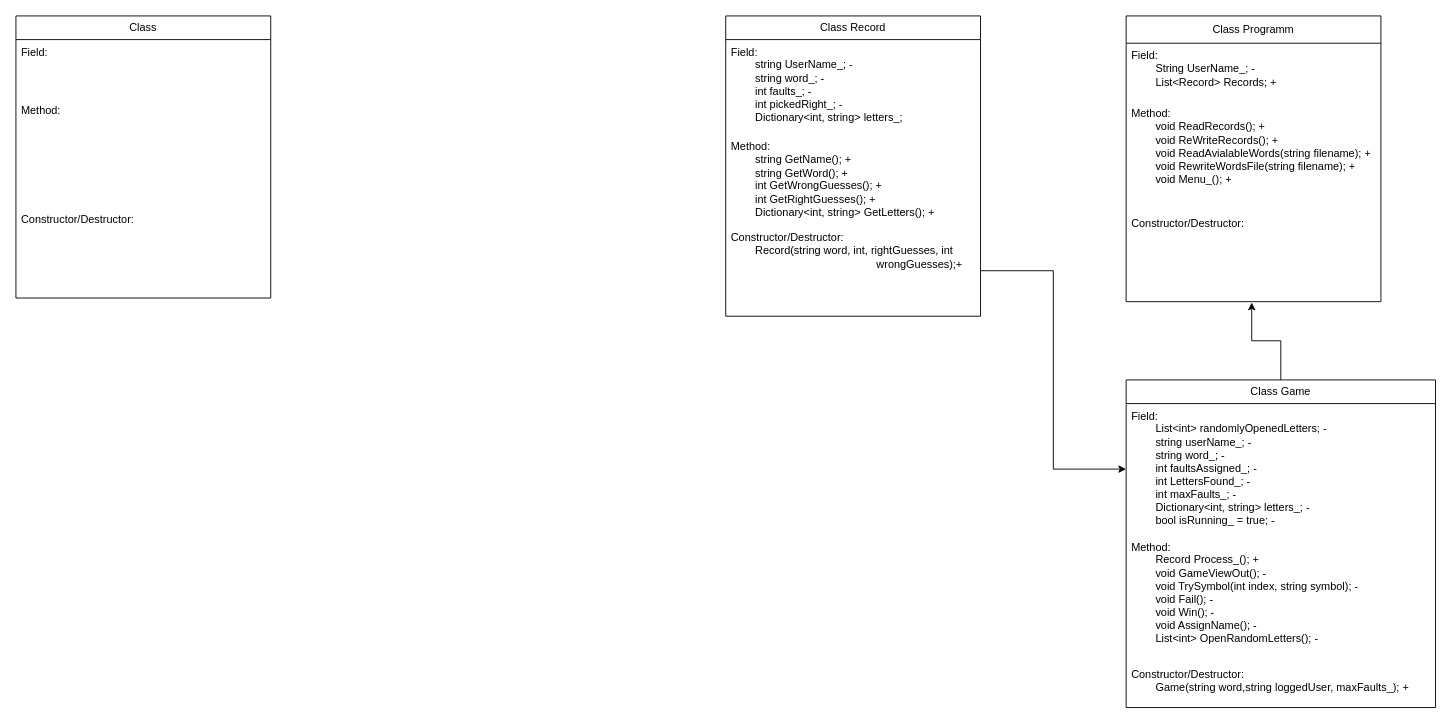
The draw.io diagram Hanged Man UML.drawio in RiftSquadronFounder/Hanged-Man, before the edit. Source tidied: cells renumbered, new cells numbered last; positions are measured from the earlier drawing's top-left corner, leaving out a move shared by most shapes. Both pictures are drawn from the tidied source at 91%, with x=0, y=0 at pixel (15, 15).
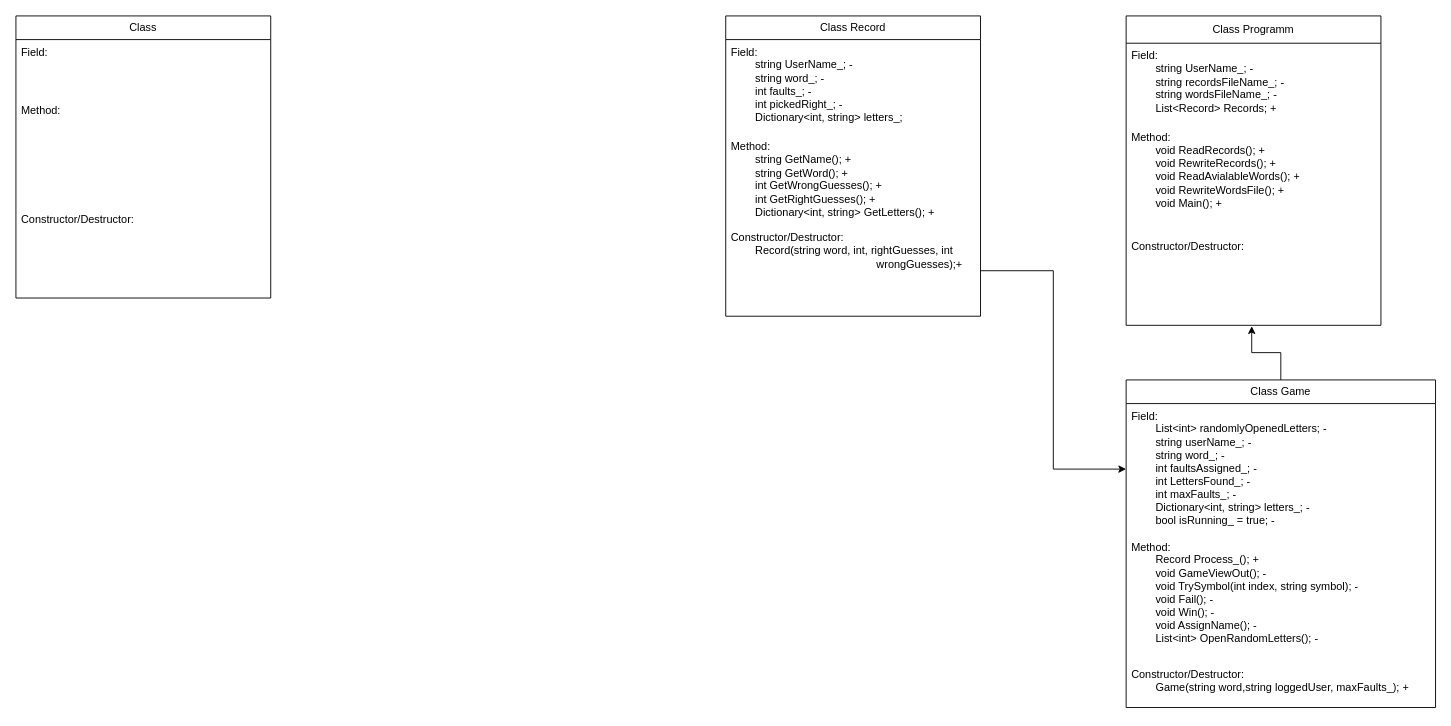
Above is the later version.

The edit, as a diff of the source:
```diff
@@
 <mxGraphModel>
   <root>
     <mxCell id="0" />
     <mxCell id="1" parent="0" />
     <mxCell id="2" value="Class" style="swimlane;fontStyle=0;horizontal=1;startSize=26;fillColor=none;whiteSpace=wrap;html=1;" parent="1" vertex="1">
       <mxGeometry width="280" height="310" as="geometry" />
     </mxCell>
     <mxCell id="3" value="Field:&amp;nbsp;" style="text;strokeColor=none;fillColor=none;align=left;verticalAlign=top;spacingLeft=4;spacingRight=4;overflow=hidden;whiteSpace=wrap;html=1;" parent="2" vertex="1">
       <mxGeometry y="26" width="280" height="64" as="geometry" />
     </mxCell>
     <mxCell id="4" value="Method:" style="text;strokeColor=none;fillColor=none;align=left;verticalAlign=top;spacingLeft=4;spacingRight=4;overflow=hidden;whiteSpace=wrap;html=1;" parent="2" vertex="1">
       <mxGeometry y="90" width="280" height="120" as="geometry" />
     </mxCell>
     <mxCell id="5" value="Constructor/Destructor:" style="text;strokeColor=none;fillColor=none;align=left;verticalAlign=top;spacingLeft=4;spacingRight=4;overflow=hidden;whiteSpace=wrap;html=1;" parent="2" vertex="1">
       <mxGeometry y="210" width="280" height="100" as="geometry" />
     </mxCell>
     <mxCell id="6" value="Class Programm" style="swimlane;fontStyle=0;horizontal=1;startSize=30;fillColor=none;whiteSpace=wrap;html=1;" parent="1" vertex="1">
-      <mxGeometry x="1220" width="280" height="314" as="geometry" />
+      <mxGeometry x="1220" width="280" height="340" as="geometry" />
     </mxCell>
-    <mxCell id="7" value="Field:&amp;nbsp;&lt;div&gt;&lt;span style=&quot;white-space: pre;&quot;&gt;&#9;&lt;/span&gt;String UserName_; -&lt;br&gt;&lt;/div&gt;&lt;div&gt;&lt;span style=&quot;white-space: pre;&quot;&gt;&#9;&lt;/span&gt;List&amp;lt;Record&amp;gt; Records; +&lt;br&gt;&lt;/div&gt;" style="text;strokeColor=none;fillColor=none;align=left;verticalAlign=top;spacingLeft=4;spacingRight=4;overflow=hidden;whiteSpace=wrap;html=1;" parent="6" vertex="1">
-      <mxGeometry y="30" width="280" height="64" as="geometry" />
+    <mxCell id="7" value="Field:&amp;nbsp;&lt;div&gt;&lt;span style=&quot;white-space: pre;&quot;&gt;&#9;&lt;/span&gt;string UserName_; -&lt;br&gt;&lt;/div&gt;&lt;div&gt;&lt;span style=&quot;white-space: pre;&quot;&gt;&#9;&lt;/span&gt;string recordsFileName_; -&lt;/div&gt;&lt;div&gt;&lt;span style=&quot;white-space: pre;&quot;&gt;&#9;&lt;/span&gt;string wordsFileName_; -&lt;br&gt;&lt;/div&gt;&lt;div&gt;&lt;span style=&quot;white-space: pre;&quot;&gt;&#9;&lt;/span&gt;List&amp;lt;Record&amp;gt; Records; +&lt;br&gt;&lt;/div&gt;&lt;div&gt;&lt;span style=&quot;white-space: pre;&quot;&gt;&#9;&lt;/span&gt;&lt;br&gt;&lt;/div&gt;" style="text;strokeColor=none;fillColor=none;align=left;verticalAlign=top;spacingLeft=4;spacingRight=4;overflow=hidden;whiteSpace=wrap;html=1;" parent="6" vertex="1">
+      <mxGeometry y="30" width="280" height="90" as="geometry" />
     </mxCell>
-    <mxCell id="8" value="Method:&lt;div&gt;&lt;div&gt;&lt;div&gt;&lt;span style=&quot;white-space: pre;&quot;&gt;&#9;&lt;/span&gt;&lt;span style=&quot;background-color: transparent; color: light-dark(rgb(0, 0, 0), rgb(255, 255, 255));&quot;&gt;void ReadRecords(); +&lt;/span&gt;&lt;br&gt;&lt;/div&gt;&lt;div&gt;&lt;span style=&quot;white-space: pre;&quot;&gt;&#9;&lt;/span&gt;void ReWriteRecords(); +&lt;br&gt;&lt;div&gt;&lt;span style=&quot;white-space: pre;&quot;&gt;&#9;&lt;/span&gt;void ReadAvialableWords(string filename); +&lt;br&gt;&lt;/div&gt;&lt;div&gt;&lt;span style=&quot;white-space: pre;&quot;&gt;&#9;&lt;/span&gt;void RewriteWordsFile(string filename); +&lt;/div&gt;&lt;/div&gt;&lt;/div&gt;&lt;div&gt;&lt;span style=&quot;white-space: pre;&quot;&gt;&#9;&lt;/span&gt;void Menu_(); +&lt;br&gt;&lt;/div&gt;&lt;/div&gt;" style="text;strokeColor=none;fillColor=none;align=left;verticalAlign=top;spacingLeft=4;spacingRight=4;overflow=hidden;whiteSpace=wrap;html=1;" parent="6" vertex="1">
-      <mxGeometry y="94" width="280" height="120" as="geometry" />
+    <mxCell id="8" value="Method:&lt;div&gt;&lt;div&gt;&lt;div&gt;&lt;span style=&quot;white-space: pre;&quot;&gt;&#9;&lt;/span&gt;&lt;span style=&quot;background-color: transparent; color: light-dark(rgb(0, 0, 0), rgb(255, 255, 255));&quot;&gt;void ReadRecords(); +&lt;/span&gt;&lt;br&gt;&lt;/div&gt;&lt;div&gt;&lt;span style=&quot;white-space: pre;&quot;&gt;&#9;&lt;/span&gt;void RewriteRecords(); +&lt;br&gt;&lt;div&gt;&lt;span style=&quot;white-space: pre;&quot;&gt;&#9;&lt;/span&gt;void ReadAvialableWords(); +&lt;br&gt;&lt;/div&gt;&lt;div&gt;&lt;span style=&quot;white-space: pre;&quot;&gt;&#9;&lt;/span&gt;void RewriteWordsFile(); +&lt;/div&gt;&lt;/div&gt;&lt;/div&gt;&lt;div&gt;&lt;span style=&quot;white-space: pre;&quot;&gt;&#9;&lt;/span&gt;void Main(); +&lt;br&gt;&lt;/div&gt;&lt;/div&gt;" style="text;strokeColor=none;fillColor=none;align=left;verticalAlign=top;spacingLeft=4;spacingRight=4;overflow=hidden;whiteSpace=wrap;html=1;" parent="6" vertex="1">
+      <mxGeometry y="120" width="280" height="120" as="geometry" />
     </mxCell>
     <mxCell id="9" value="Constructor/Destructor:" style="text;strokeColor=none;fillColor=none;align=left;verticalAlign=top;spacingLeft=4;spacingRight=4;overflow=hidden;points=[[0,0.5],[1,0.5]];portConstraint=eastwest;whiteSpace=wrap;html=1;" parent="6" vertex="1">
-      <mxGeometry y="214" width="280" height="100" as="geometry" />
+      <mxGeometry y="240" width="280" height="100" as="geometry" />
     </mxCell>
     <mxCell id="10" value="Class Game" style="swimlane;fontStyle=0;horizontal=1;startSize=26;fillColor=none;whiteSpace=wrap;html=1;" parent="1" vertex="1">
       <mxGeometry x="1220" y="400" width="340" height="360" as="geometry" />
     </mxCell>
     <mxCell id="11" value="Field:&lt;div&gt;&lt;span style=&quot;white-space: pre;&quot;&gt;&#9;&lt;/span&gt;List&amp;lt;int&amp;gt; randomlyOpenedLetters; -&lt;br&gt;&lt;div&gt;&lt;span style=&quot;white-space: pre;&quot;&gt;&#9;&lt;/span&gt;string userName_; -&amp;nbsp;&lt;div&gt;&lt;span style=&quot;white-space: pre;&quot;&gt;&#9;&lt;/span&gt;string word_; -&lt;br&gt;&lt;/div&gt;&lt;div&gt;&lt;span style=&quot;white-space: pre;&quot;&gt;&#9;&lt;/span&gt;int faultsAssigned_; -&lt;br&gt;&lt;/div&gt;&lt;div&gt;&lt;span style=&quot;white-space: pre;&quot;&gt;&#9;&lt;/span&gt;int LettersFound_; -&lt;br&gt;&lt;/div&gt;&lt;div&gt;&lt;span style=&quot;white-space: pre;&quot;&gt;&#9;&lt;/span&gt;int maxFaults_; -&lt;/div&gt;&lt;/div&gt;&lt;div&gt;&lt;span style=&quot;white-space: pre;&quot;&gt;&#9;&lt;/span&gt;&lt;span style=&quot;background-color: transparent; color: light-dark(rgb(0, 0, 0), rgb(255, 255, 255));&quot;&gt;Dictionary&amp;lt;int, string&amp;gt; letters_; -&lt;/span&gt;&lt;br&gt;&lt;/div&gt;&lt;/div&gt;&lt;div&gt;&lt;span style=&quot;background-color: transparent; color: light-dark(rgb(0, 0, 0), rgb(255, 255, 255));&quot;&gt;&lt;span style=&quot;white-space: pre;&quot;&gt;&#9;&lt;/span&gt;bool isRunning_ = true; -&lt;br&gt;&lt;/span&gt;&lt;/div&gt;" style="text;strokeColor=none;fillColor=none;align=left;verticalAlign=top;spacingLeft=4;spacingRight=4;overflow=hidden;points=[[0,0.5],[1,0.5]];portConstraint=eastwest;whiteSpace=wrap;html=1;" parent="10" vertex="1">
       <mxGeometry y="26" width="340" height="144" as="geometry" />
     </mxCell>
     <mxCell id="12" value="Method:&lt;div&gt;&lt;div&gt;&lt;span style=&quot;white-space: pre;&quot;&gt;&#9;&lt;/span&gt;Record Process_(); +&lt;br&gt;&lt;div&gt;&lt;span style=&quot;white-space: pre;&quot;&gt;&#9;&lt;/span&gt;void&amp;nbsp;GameViewOut(); -&lt;br&gt;&lt;/div&gt;&lt;div&gt;&lt;span style=&quot;white-space: pre;&quot;&gt;&#9;&lt;/span&gt;void TrySymbol(int index, string symbol); -&lt;br&gt;&lt;/div&gt;&lt;div&gt;&lt;span style=&quot;white-space: pre;&quot;&gt;&#9;&lt;/span&gt;void Fail(); -&lt;br&gt;&lt;/div&gt;&lt;div&gt;&lt;span style=&quot;white-space: pre;&quot;&gt;&#9;&lt;/span&gt;void Win(); -&lt;/div&gt;&lt;div&gt;&lt;span style=&quot;white-space: pre;&quot;&gt;&#9;&lt;/span&gt;void AssignName(); -&lt;br&gt;&lt;/div&gt;&lt;/div&gt;&lt;div&gt;&lt;span style=&quot;white-space: pre;&quot;&gt;&#9;&lt;/span&gt;List&amp;lt;int&amp;gt; OpenRandomLetters(); -&lt;br&gt;&lt;/div&gt;&lt;/div&gt;" style="text;strokeColor=none;fillColor=none;align=left;verticalAlign=top;spacingLeft=4;spacingRight=4;overflow=hidden;whiteSpace=wrap;html=1;" parent="10" vertex="1">
       <mxGeometry y="170" width="340" height="140" as="geometry" />
     </mxCell>
     <mxCell id="13" value="Constructor/Destructor:&lt;div&gt;&lt;span style=&quot;white-space: pre;&quot;&gt;&#9;&lt;/span&gt;Game(string word,string loggedUser, maxFaults_); +&lt;br&gt;&lt;/div&gt;" style="text;strokeColor=none;fillColor=none;align=left;verticalAlign=top;spacingLeft=4;spacingRight=4;overflow=hidden;whiteSpace=wrap;html=1;" parent="10" vertex="1">
       <mxGeometry y="310" width="340" height="50" as="geometry" />
     </mxCell>
     <mxCell id="14" style="edgeStyle=orthogonalEdgeStyle;rounded=0;jettySize=auto;html=1;entryX=0.493;entryY=1.01;entryDx=0;entryDy=0;entryPerimeter=0;" parent="1" edge="1" source="10" target="9">
       <mxGeometry relative="1" as="geometry" />
     </mxCell>
     <mxCell id="15" value="Class Record" style="swimlane;fontStyle=0;horizontal=1;startSize=26;fillColor=none;whiteSpace=wrap;html=1;" parent="1" vertex="1">
       <mxGeometry x="780" width="280" height="330" as="geometry" />
     </mxCell>
     <mxCell id="16" value="Field:&amp;nbsp;&lt;div&gt;&lt;span style=&quot;white-space: pre;&quot;&gt;&#9;&lt;/span&gt;string UserName_; -&lt;br&gt;&lt;div&gt;&lt;span style=&quot;white-space: pre;&quot;&gt;&#9;&lt;/span&gt;string word_; -&lt;br&gt;&lt;/div&gt;&lt;div&gt;&lt;span style=&quot;white-space: pre;&quot;&gt;&#9;&lt;/span&gt;int faults_; -&lt;br&gt;&lt;/div&gt;&lt;div&gt;&lt;span style=&quot;white-space: pre;&quot;&gt;&#9;&lt;/span&gt;int pickedRight_; -&lt;br&gt;&lt;/div&gt;&lt;/div&gt;&lt;div&gt;&lt;span style=&quot;white-space: pre;&quot;&gt;&#9;&lt;/span&gt;Dictionary&amp;lt;int, string&amp;gt; letters_;&lt;br&gt;&lt;/div&gt;" style="text;strokeColor=none;fillColor=none;align=left;verticalAlign=top;spacingLeft=4;spacingRight=4;overflow=hidden;whiteSpace=wrap;html=1;" parent="15" vertex="1">
       <mxGeometry y="26" width="280" height="104" as="geometry" />
     </mxCell>
     <mxCell id="17" value="Method:&lt;div&gt;&lt;span style=&quot;white-space: pre;&quot;&gt;&#9;&lt;/span&gt;string GetName(); +&lt;br&gt;&lt;div&gt;&lt;span style=&quot;white-space: pre;&quot;&gt;&#9;&lt;/span&gt;string GetWord(); +&lt;br&gt;&lt;/div&gt;&lt;div&gt;&lt;span style=&quot;white-space: pre;&quot;&gt;&#9;&lt;/span&gt;int GetWrongGuesses(); +&lt;br&gt;&lt;/div&gt;&lt;div&gt;&lt;span style=&quot;white-space: pre;&quot;&gt;&#9;&lt;/span&gt;int GetRightGuesses(); +&lt;br&gt;&lt;/div&gt;&lt;/div&gt;&lt;div&gt;&lt;span style=&quot;white-space: pre;&quot;&gt;&#9;&lt;/span&gt;Dictionary&amp;lt;int, string&amp;gt; GetLetters(); +&lt;br&gt;&lt;/div&gt;" style="text;strokeColor=none;fillColor=none;align=left;verticalAlign=top;spacingLeft=4;spacingRight=4;overflow=hidden;whiteSpace=wrap;html=1;" parent="15" vertex="1">
       <mxGeometry y="130" width="280" height="100" as="geometry" />
     </mxCell>
     <mxCell id="18" value="Constructor/Destructor:&lt;div&gt;&lt;span style=&quot;white-space: pre;&quot;&gt;&#9;&lt;/span&gt;Record(string word, int, rightGuesses, int &lt;span style=&quot;white-space: pre;&quot;&gt;&#9;&lt;/span&gt;&lt;span style=&quot;white-space: pre;&quot;&gt;&#9;&lt;/span&gt;&lt;span style=&quot;white-space: pre;&quot;&gt;&#9;&lt;/span&gt;&lt;span style=&quot;white-space: pre;&quot;&gt;&#9;&lt;/span&gt;&lt;span style=&quot;white-space: pre;&quot;&gt;&#9;&lt;/span&gt;&lt;span style=&quot;white-space: pre;&quot;&gt;&#9;&lt;/span&gt;wrongGuesses);+&lt;br&gt;&lt;/div&gt;" style="text;strokeColor=none;fillColor=none;align=left;verticalAlign=top;spacingLeft=4;spacingRight=4;overflow=hidden;points=[[0,0.5],[1,0.5]];portConstraint=eastwest;whiteSpace=wrap;html=1;" parent="15" vertex="1">
       <mxGeometry y="230" width="280" height="100" as="geometry" />
     </mxCell>
     <mxCell id="19" style="edgeStyle=orthogonalEdgeStyle;rounded=0;jettySize=auto;html=1;entryX=0;entryY=0.5;entryDx=0;entryDy=0;" parent="1" edge="1" source="18" target="11">
       <mxGeometry relative="1" as="geometry" />
     </mxCell>
   </root>
 </mxGraphModel>
```
